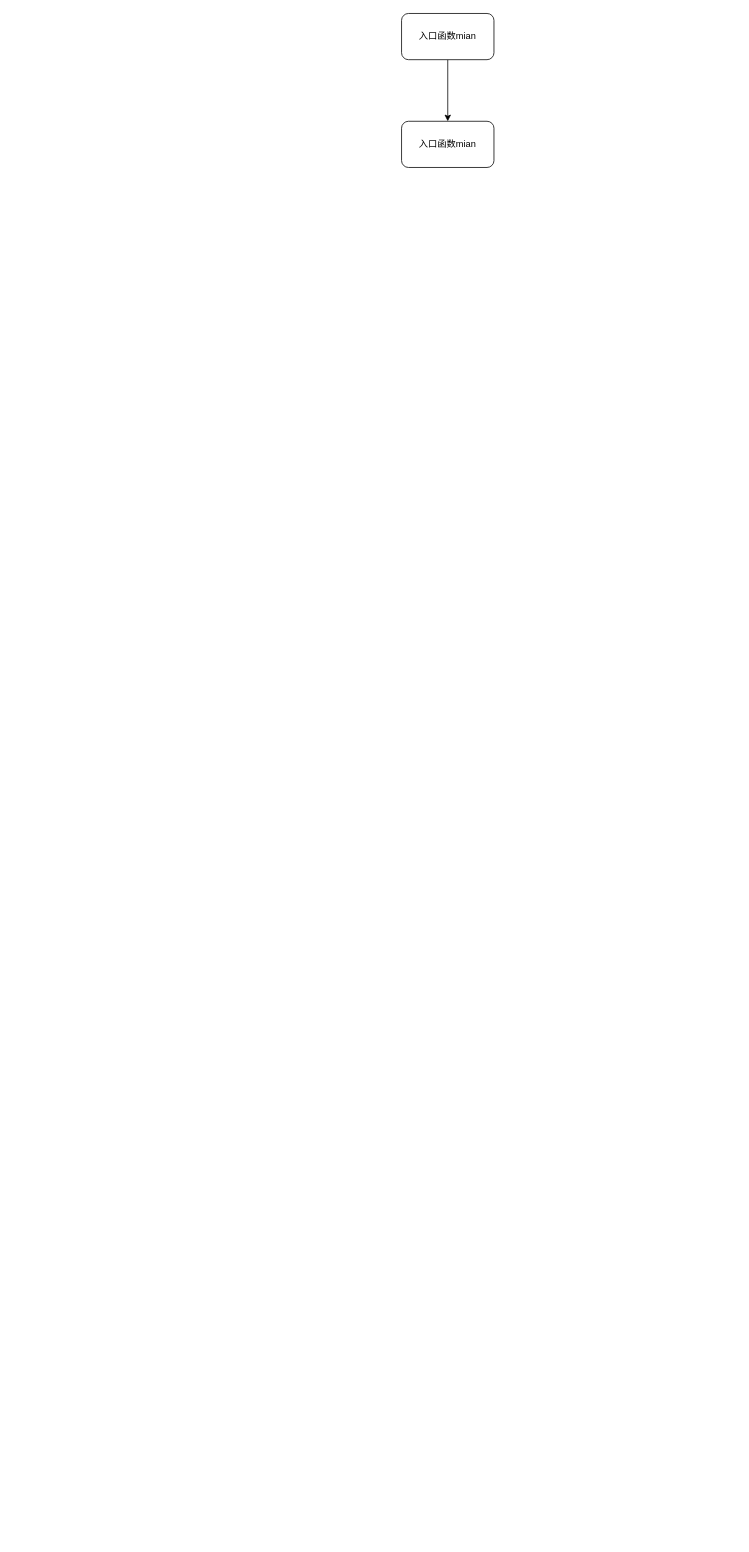
Before: spider.drawio in jay-col/study, a draw.io diagram. Source tidied: cells renumbered, new cells numbered last; positions are measured from the earlier drawing's top-left corner, leaving out a move shared by most shapes. Both pictures are drawn from the tidied source at 77%, with x=0, y=0 at pixel (401, 13).
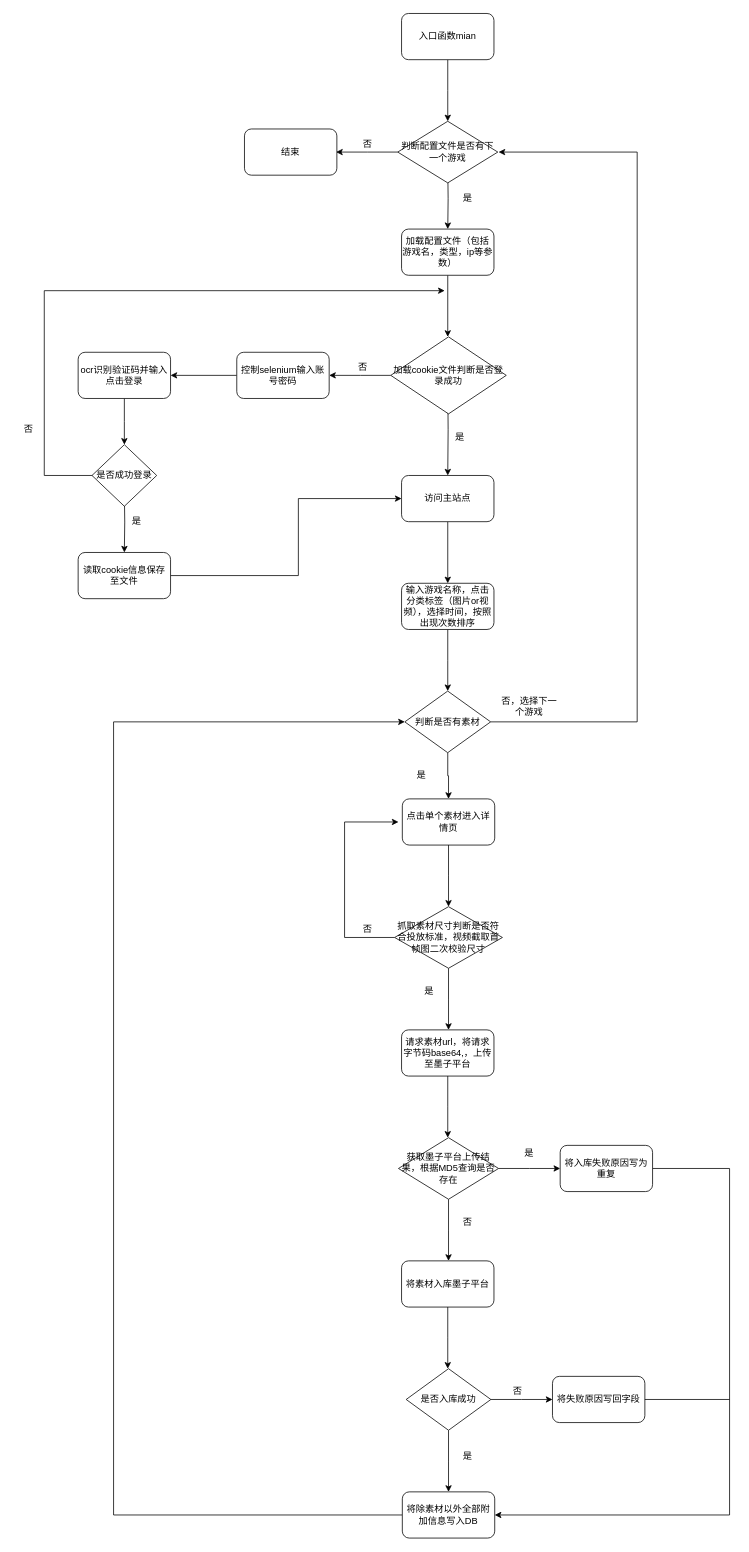
After the change.

Unchanged cells that the change refers to:
```xml
<mxCell id="3" value="入口函数mian" style="rounded=1;whiteSpace=wrap;html=1;" parent="1" vertex="1">
  <mxGeometry width="120" height="60" as="geometry" />
</mxCell>
```

Diff of the diagram source:
```diff
@@
-    <mxCell id="2" style="edgeStyle=orthogonalEdgeStyle;rounded=0;jettySize=auto;html=1;" parent="1" edge="1" source="3" target="4">
-      <mxGeometry relative="1" as="geometry" />
+    <mxCell id="2" style="edgeStyle=orthogonalEdgeStyle;rounded=0;jettySize=auto;html=1;" parent="1" edge="1" source="3">
+      <mxGeometry relative="1" as="geometry">
+        <mxPoint x="60" y="140" as="targetPoint" />
+      </mxGeometry>
     </mxCell>
@@
-    <mxCell id="4" value="入口函数mian" style="rounded=1;whiteSpace=wrap;html=1;" parent="1" vertex="1">
-      <mxGeometry y="140" width="120" height="60" as="geometry" />
-    </mxCell>
+    <mxCell id="5" style="edgeStyle=orthogonalEdgeStyle;rounded=0;orthogonalLoop=1;jettySize=auto;html=1;" parent="1" edge="1">
+      <mxGeometry relative="1" as="geometry">
+        <mxPoint x="60" y="340" as="sourcePoint" />
+        <mxPoint x="60" y="420" as="targetPoint" />
+      </mxGeometry>
+    </mxCell>
+    <mxCell id="6" style="edgeStyle=orthogonalEdgeStyle;rounded=0;jettySize=auto;html=1;" parent="1" edge="1" target="7">
+      <mxGeometry relative="1" as="geometry">
+        <mxPoint x="60" y="200" as="sourcePoint" />
+      </mxGeometry>
+    </mxCell>
+    <mxCell id="7" value="加载配置文件（包括游戏名，类型，ip等参数）" style="rounded=1;whiteSpace=wrap;html=1;" parent="1" vertex="1">
+      <mxGeometry y="280" width="120" height="60" as="geometry" />
+    </mxCell>
+    <mxCell id="8" style="edgeStyle=orthogonalEdgeStyle;rounded=0;jettySize=auto;html=1;" parent="1" edge="1" target="10">
+      <mxGeometry relative="1" as="geometry">
+        <mxPoint x="60" y="480" as="sourcePoint" />
+      </mxGeometry>
+    </mxCell>
+    <mxCell id="9" style="edgeStyle=orthogonalEdgeStyle;rounded=0;jettySize=auto;html=1;" parent="1" edge="1" source="10" target="12">
+      <mxGeometry relative="1" as="geometry" />
+    </mxCell>
+    <mxCell id="10" value="访问主站点" style="rounded=1;whiteSpace=wrap;html=1;" parent="1" vertex="1">
+      <mxGeometry y="600" width="120" height="60" as="geometry" />
+    </mxCell>
+    <mxCell id="11" style="edgeStyle=orthogonalEdgeStyle;rounded=0;jettySize=auto;html=1;" parent="1" edge="1" source="12">
+      <mxGeometry relative="1" as="geometry">
+        <mxPoint x="60" y="880" as="targetPoint" />
+      </mxGeometry>
+    </mxCell>
+    <mxCell id="12" value="输入游戏名称，点击分类标签（图片or视频），选择时间，按照出现次数排序" style="rounded=1;whiteSpace=wrap;html=1;" parent="1" vertex="1">
+      <mxGeometry y="740" width="120" height="60" as="geometry" />
+    </mxCell>
+    <mxCell id="13" style="edgeStyle=orthogonalEdgeStyle;rounded=0;jettySize=auto;html=1;" parent="1" edge="1" source="14" target="16">
+      <mxGeometry relative="1" as="geometry" />
+    </mxCell>
+    <mxCell id="14" value="控制selenium输入账号密码" style="rounded=1;whiteSpace=wrap;html=1;" parent="1" vertex="1">
+      <mxGeometry x="-214" y="440" width="120" height="60" as="geometry" />
+    </mxCell>
+    <mxCell id="15" style="edgeStyle=orthogonalEdgeStyle;rounded=0;jettySize=auto;html=1;" parent="1" edge="1" source="16">
+      <mxGeometry relative="1" as="geometry">
+        <mxPoint x="-360" y="560" as="targetPoint" />
+      </mxGeometry>
+    </mxCell>
+    <mxCell id="16" value="ocr识别验证码并输入点击登录" style="rounded=1;whiteSpace=wrap;html=1;" parent="1" vertex="1">
+      <mxGeometry x="-420" y="440" width="120" height="60" as="geometry" />
+    </mxCell>
+    <mxCell id="17" style="edgeStyle=orthogonalEdgeStyle;rounded=0;jettySize=auto;html=1;" parent="1" edge="1" target="19">
+      <mxGeometry relative="1" as="geometry">
+        <mxPoint x="-360" y="620" as="sourcePoint" />
+      </mxGeometry>
+    </mxCell>
+    <mxCell id="18" style="edgeStyle=orthogonalEdgeStyle;rounded=0;jettySize=auto;html=1;exitX=1;exitY=0.5;exitDx=0;exitDy=0;entryX=0;entryY=0.5;entryDx=0;entryDy=0;" parent="1" edge="1" source="19" target="10">
+      <mxGeometry relative="1" as="geometry">
+        <Array as="points">
+          <mxPoint x="-134" y="730" />
+          <mxPoint x="-134" y="630" />
+        </Array>
+      </mxGeometry>
+    </mxCell>
+    <mxCell id="19" value="读取cookie信息保存至文件" style="rounded=1;whiteSpace=wrap;html=1;" parent="1" vertex="1">
+      <mxGeometry x="-420" y="700" width="120" height="60" as="geometry" />
+    </mxCell>
+    <mxCell id="20" value="是" style="text;html=1;strokeColor=none;fillColor=none;align=center;verticalAlign=middle;whiteSpace=wrap;rounded=0;" parent="1" vertex="1">
+      <mxGeometry x="56" y="540" width="40" height="20" as="geometry" />
+    </mxCell>
+    <mxCell id="21" value="是" style="text;html=1;strokeColor=none;fillColor=none;align=center;verticalAlign=middle;whiteSpace=wrap;rounded=0;" parent="1" vertex="1">
+      <mxGeometry x="-364" y="650" width="40" height="20" as="geometry" />
+    </mxCell>
+    <mxCell id="22" style="edgeStyle=orthogonalEdgeStyle;rounded=0;jettySize=auto;html=1;exitX=0;exitY=0.5;exitDx=0;exitDy=0;" parent="1" edge="1" source="23">
+      <mxGeometry relative="1" as="geometry">
+        <mxPoint x="56" y="360" as="targetPoint" />
+        <Array as="points">
+          <mxPoint x="-464" y="600" />
+          <mxPoint x="-464" y="360" />
+        </Array>
+      </mxGeometry>
+    </mxCell>
+    <mxCell id="23" value="是否成功登录" style="rhombus;whiteSpace=wrap;html=1;" parent="1" vertex="1">
+      <mxGeometry x="-402" y="560" width="84" height="80" as="geometry" />
+    </mxCell>
+    <mxCell id="24" style="edgeStyle=orthogonalEdgeStyle;rounded=0;jettySize=auto;html=1;" parent="1" edge="1" source="25">
+      <mxGeometry relative="1" as="geometry">
+        <mxPoint x="-94" y="470" as="targetPoint" />
+      </mxGeometry>
+    </mxCell>
+    <mxCell id="25" value="&lt;span&gt;加载cookie文件判断是否登录成功&lt;/span&gt;" style="rhombus;whiteSpace=wrap;html=1;" parent="1" vertex="1">
+      <mxGeometry x="-14" y="420" width="150" height="100" as="geometry" />
+    </mxCell>
+    <mxCell id="26" value="否" style="text;html=1;strokeColor=none;fillColor=none;align=center;verticalAlign=middle;whiteSpace=wrap;rounded=0;" parent="1" vertex="1">
+      <mxGeometry x="-70" y="450" width="40" height="20" as="geometry" />
+    </mxCell>
+    <mxCell id="27" value="否" style="text;html=1;strokeColor=none;fillColor=none;align=center;verticalAlign=middle;whiteSpace=wrap;rounded=0;" parent="1" vertex="1">
+      <mxGeometry x="-504" y="530" width="40" height="20" as="geometry" />
+    </mxCell>
+    <mxCell id="28" style="edgeStyle=orthogonalEdgeStyle;rounded=0;jettySize=auto;html=1;" parent="1" edge="1" source="30" target="34">
+      <mxGeometry relative="1" as="geometry" />
+    </mxCell>
+    <mxCell id="29" style="edgeStyle=orthogonalEdgeStyle;rounded=0;jettySize=auto;html=1;" parent="1" edge="1" source="30">
+      <mxGeometry relative="1" as="geometry">
+        <mxPoint x="126" y="180" as="targetPoint" />
+        <Array as="points">
+          <mxPoint x="306" y="920" />
+          <mxPoint x="306" y="180" />
+        </Array>
+      </mxGeometry>
+    </mxCell>
+    <mxCell id="30" value="判断是否有素材" style="rhombus;whiteSpace=wrap;html=1;" parent="1" vertex="1">
+      <mxGeometry x="4.2" y="880" width="111.5" height="80" as="geometry" />
+    </mxCell>
+    <mxCell id="31" value="否，选择下一个游戏" style="text;html=1;strokeColor=none;fillColor=none;align=center;verticalAlign=middle;whiteSpace=wrap;rounded=0;" parent="1" vertex="1">
+      <mxGeometry x="126" y="890" width="80" height="20" as="geometry" />
+    </mxCell>
+    <mxCell id="32" value="是" style="text;html=1;strokeColor=none;fillColor=none;align=center;verticalAlign=middle;whiteSpace=wrap;rounded=0;" parent="1" vertex="1">
+      <mxGeometry x="6" y="980" width="40" height="20" as="geometry" />
+    </mxCell>
+    <mxCell id="33" style="edgeStyle=orthogonalEdgeStyle;rounded=0;jettySize=auto;html=1;" parent="1" edge="1" source="34">
+      <mxGeometry relative="1" as="geometry">
+        <mxPoint x="61" y="1160" as="targetPoint" />
+      </mxGeometry>
+    </mxCell>
+    <mxCell id="34" value="&lt;span&gt;点击单个素材进入详情页&lt;/span&gt;" style="rounded=1;whiteSpace=wrap;html=1;" parent="1" vertex="1">
+      <mxGeometry x="1" y="1020" width="120" height="60" as="geometry" />
+    </mxCell>
+    <mxCell id="35" style="edgeStyle=orthogonalEdgeStyle;rounded=0;jettySize=auto;html=1;" parent="1" edge="1" source="37">
+      <mxGeometry relative="1" as="geometry">
+        <mxPoint x="-4" y="1050" as="targetPoint" />
+        <Array as="points">
+          <mxPoint x="-74" y="1200" />
+          <mxPoint x="-74" y="1050" />
+        </Array>
+      </mxGeometry>
+    </mxCell>
+    <mxCell id="36" style="edgeStyle=orthogonalEdgeStyle;rounded=0;jettySize=auto;html=1;" parent="1" edge="1" source="37">
+      <mxGeometry relative="1" as="geometry">
+        <mxPoint x="61" y="1320" as="targetPoint" />
+      </mxGeometry>
+    </mxCell>
+    <mxCell id="37" value="抓取素材尺寸判断是否符合投放标准，视频截取首帧图二次校验尺寸" style="rhombus;whiteSpace=wrap;html=1;" parent="1" vertex="1">
+      <mxGeometry x="-9" y="1160" width="140" height="80" as="geometry" />
+    </mxCell>
+    <mxCell id="38" value="否" style="text;html=1;strokeColor=none;fillColor=none;align=center;verticalAlign=middle;whiteSpace=wrap;rounded=0;" parent="1" vertex="1">
+      <mxGeometry x="-64" y="1180" width="40" height="20" as="geometry" />
+    </mxCell>
+    <mxCell id="39" value="是" style="text;html=1;strokeColor=none;fillColor=none;align=center;verticalAlign=middle;whiteSpace=wrap;rounded=0;" parent="1" vertex="1">
+      <mxGeometry x="16" y="1260" width="40" height="20" as="geometry" />
+    </mxCell>
+    <mxCell id="40" style="edgeStyle=orthogonalEdgeStyle;rounded=0;jettySize=auto;html=1;" parent="1" edge="1" source="41">
+      <mxGeometry relative="1" as="geometry">
+        <mxPoint x="60" y="1460" as="targetPoint" />
+      </mxGeometry>
+    </mxCell>
+    <mxCell id="41" value="请求素材url，将请求字节码base64,，上传至墨子平台" style="rounded=1;whiteSpace=wrap;html=1;" parent="1" vertex="1">
+      <mxGeometry y="1320" width="120" height="60" as="geometry" />
+    </mxCell>
+    <mxCell id="42" style="edgeStyle=orthogonalEdgeStyle;rounded=0;jettySize=auto;html=1;" parent="1" edge="1" source="44">
+      <mxGeometry relative="1" as="geometry">
+        <mxPoint x="61" y="1620" as="targetPoint" />
+      </mxGeometry>
+    </mxCell>
+    <mxCell id="43" style="edgeStyle=orthogonalEdgeStyle;rounded=0;jettySize=auto;html=1;" parent="1" edge="1" source="44">
+      <mxGeometry relative="1" as="geometry">
+        <mxPoint x="206" y="1500" as="targetPoint" />
+      </mxGeometry>
+    </mxCell>
+    <mxCell id="44" value="获取墨子平台上传结果，根据MD5查询是否存在" style="rhombus;whiteSpace=wrap;html=1;" parent="1" vertex="1">
+      <mxGeometry x="-4" y="1460" width="130" height="80" as="geometry" />
+    </mxCell>
+    <mxCell id="45" value="是" style="text;html=1;strokeColor=none;fillColor=none;align=center;verticalAlign=middle;whiteSpace=wrap;rounded=0;" parent="1" vertex="1">
+      <mxGeometry x="146" y="1470" width="40" height="20" as="geometry" />
+    </mxCell>
+    <mxCell id="46" value="否" style="text;html=1;strokeColor=none;fillColor=none;align=center;verticalAlign=middle;whiteSpace=wrap;rounded=0;" parent="1" vertex="1">
+      <mxGeometry x="131" y="1780" width="40" height="20" as="geometry" />
+    </mxCell>
+    <mxCell id="47" style="edgeStyle=orthogonalEdgeStyle;rounded=0;jettySize=auto;html=1;" parent="1" edge="1" source="48">
+      <mxGeometry relative="1" as="geometry">
+        <mxPoint x="60" y="1760" as="targetPoint" />
+      </mxGeometry>
+    </mxCell>
+    <mxCell id="48" value="将素材入库墨子平台" style="rounded=1;whiteSpace=wrap;html=1;" parent="1" vertex="1">
+      <mxGeometry y="1620" width="120" height="60" as="geometry" />
+    </mxCell>
+    <mxCell id="49" style="edgeStyle=orthogonalEdgeStyle;rounded=0;jettySize=auto;html=1;" parent="1" edge="1" source="51">
+      <mxGeometry relative="1" as="geometry">
+        <mxPoint x="61" y="1920" as="targetPoint" />
+      </mxGeometry>
+    </mxCell>
+    <mxCell id="50" style="edgeStyle=orthogonalEdgeStyle;rounded=0;jettySize=auto;html=1;" parent="1" edge="1" source="51">
+      <mxGeometry relative="1" as="geometry">
+        <mxPoint x="196" y="1800" as="targetPoint" />
+      </mxGeometry>
+    </mxCell>
+    <mxCell id="51" value="是否入库成功" style="rhombus;whiteSpace=wrap;html=1;" parent="1" vertex="1">
+      <mxGeometry x="6" y="1760" width="110" height="80" as="geometry" />
+    </mxCell>
+    <mxCell id="52" value="将失败原因写回字段" style="rounded=1;whiteSpace=wrap;html=1;" parent="1" vertex="1">
+      <mxGeometry x="196" y="1770" width="120" height="60" as="geometry" />
+    </mxCell>
+    <mxCell id="53" style="edgeStyle=orthogonalEdgeStyle;rounded=0;jettySize=auto;html=1;exitX=0;exitY=0.5;exitDx=0;exitDy=0;entryX=0;entryY=0.5;entryDx=0;entryDy=0;" parent="1" edge="1" source="54" target="30">
+      <mxGeometry relative="1" as="geometry">
+        <Array as="points">
+          <mxPoint x="-374" y="1950" />
+          <mxPoint x="-374" y="920" />
+        </Array>
+      </mxGeometry>
+    </mxCell>
+    <mxCell id="54" value="将除素材以外全部附加信息写入DB" style="rounded=1;whiteSpace=wrap;html=1;" parent="1" vertex="1">
+      <mxGeometry x="1" y="1920" width="120" height="60" as="geometry" />
+    </mxCell>
+    <mxCell id="55" value="是" style="text;html=1;strokeColor=none;fillColor=none;align=center;verticalAlign=middle;whiteSpace=wrap;rounded=0;" parent="1" vertex="1">
+      <mxGeometry x="66" y="1864" width="40" height="20" as="geometry" />
+    </mxCell>
+    <mxCell id="56" style="edgeStyle=orthogonalEdgeStyle;rounded=0;jettySize=auto;html=1;" parent="1" edge="1" source="57">
+      <mxGeometry relative="1" as="geometry">
+        <mxPoint x="-85" y="180" as="targetPoint" />
+      </mxGeometry>
+    </mxCell>
+    <mxCell id="57" value="判断配置文件是否有下一个游戏" style="rhombus;whiteSpace=wrap;html=1;" parent="1" vertex="1">
+      <mxGeometry x="-5" y="140" width="130" height="80" as="geometry" />
+    </mxCell>
+    <mxCell id="58" value="否" style="text;html=1;strokeColor=none;fillColor=none;align=center;verticalAlign=middle;whiteSpace=wrap;rounded=0;" parent="1" vertex="1">
+      <mxGeometry x="-64" y="160" width="40" height="20" as="geometry" />
+    </mxCell>
+    <mxCell id="59" value="结束" style="rounded=1;whiteSpace=wrap;html=1;" parent="1" vertex="1">
+      <mxGeometry x="-204" y="150" width="120" height="60" as="geometry" />
+    </mxCell>
+    <mxCell id="60" value="是" style="text;html=1;strokeColor=none;fillColor=none;align=center;verticalAlign=middle;whiteSpace=wrap;rounded=0;" parent="1" vertex="1">
+      <mxGeometry x="66" y="230" width="40" height="20" as="geometry" />
+    </mxCell>
+    <mxCell id="61" value="否" style="text;html=1;strokeColor=none;fillColor=none;align=center;verticalAlign=middle;whiteSpace=wrap;rounded=0;" parent="1" vertex="1">
+      <mxGeometry x="66" y="1560" width="40" height="20" as="geometry" />
+    </mxCell>
+    <mxCell id="62" style="edgeStyle=orthogonalEdgeStyle;rounded=0;jettySize=auto;html=1;entryX=1;entryY=0.5;entryDx=0;entryDy=0;" parent="1" edge="1" source="63" target="54">
+      <mxGeometry relative="1" as="geometry">
+        <Array as="points">
+          <mxPoint x="426" y="1500" />
+          <mxPoint x="426" y="1950" />
+        </Array>
+      </mxGeometry>
+    </mxCell>
+    <mxCell id="63" value="将入库失败原因写为重复" style="rounded=1;whiteSpace=wrap;html=1;" parent="1" vertex="1">
+      <mxGeometry x="206" y="1470" width="120" height="60" as="geometry" />
+    </mxCell>
+    <mxCell id="64" style="endArrow=none;html=1;" parent="1" edge="1">
+      <mxGeometry relative="1" as="geometry">
+        <mxPoint x="316" y="1800" as="sourcePoint" />
+        <mxPoint x="426" y="1800" as="targetPoint" />
+      </mxGeometry>
+    </mxCell>
```
